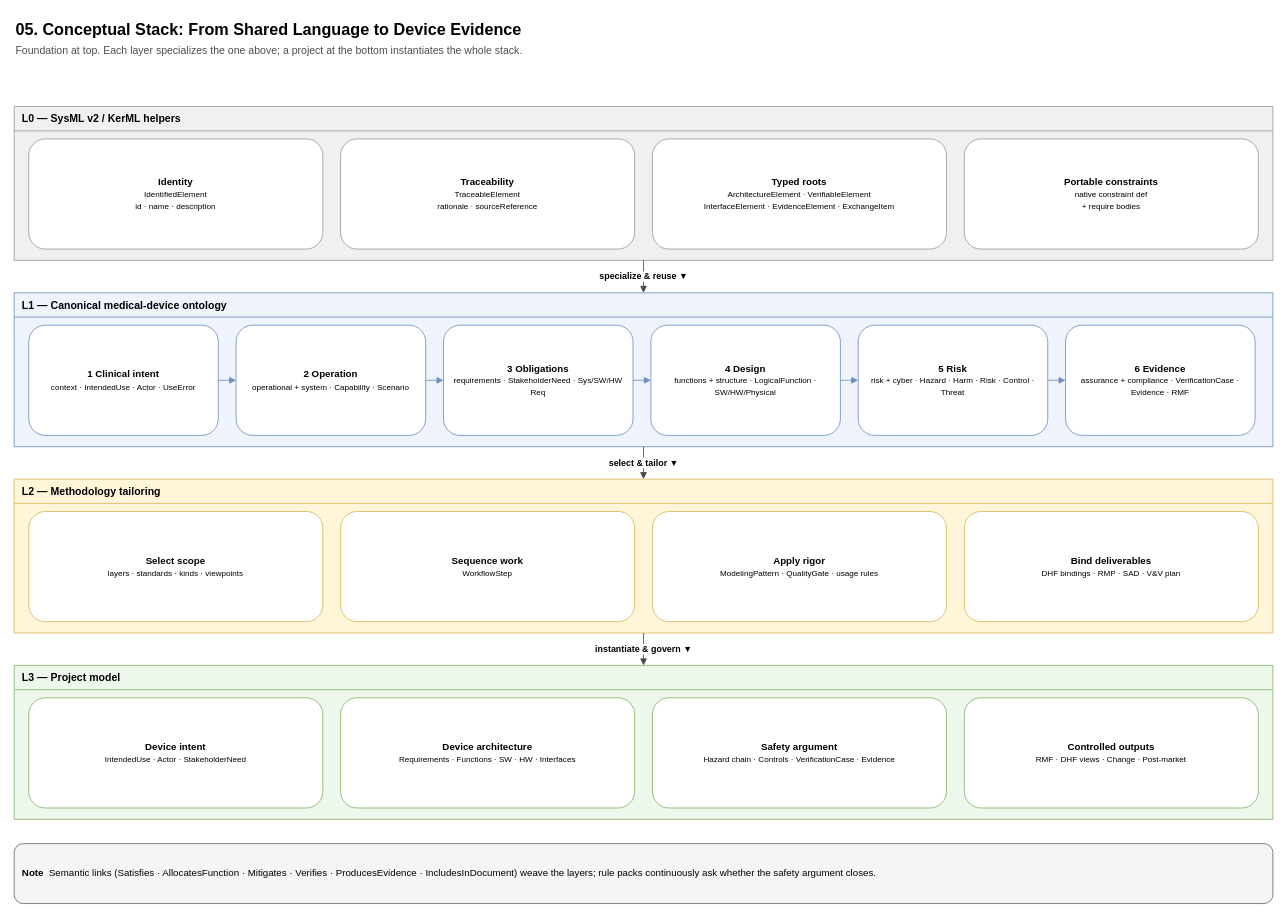
Earlier version of the draw.io diagram page "05-conceptual-stack" (5 of 16) of docs/src/diagrams/ontology-medical-device-hierarchy.drawio (memoarchitect/memo-architect). Source tidied: cells renumbered, new cells numbered last; positions are measured from the earlier drawing's top-left corner, leaving out a move shared by most shapes. Both pictures are drawn from the tidied source at 81%, with x=0, y=0 at pixel (14, 14).
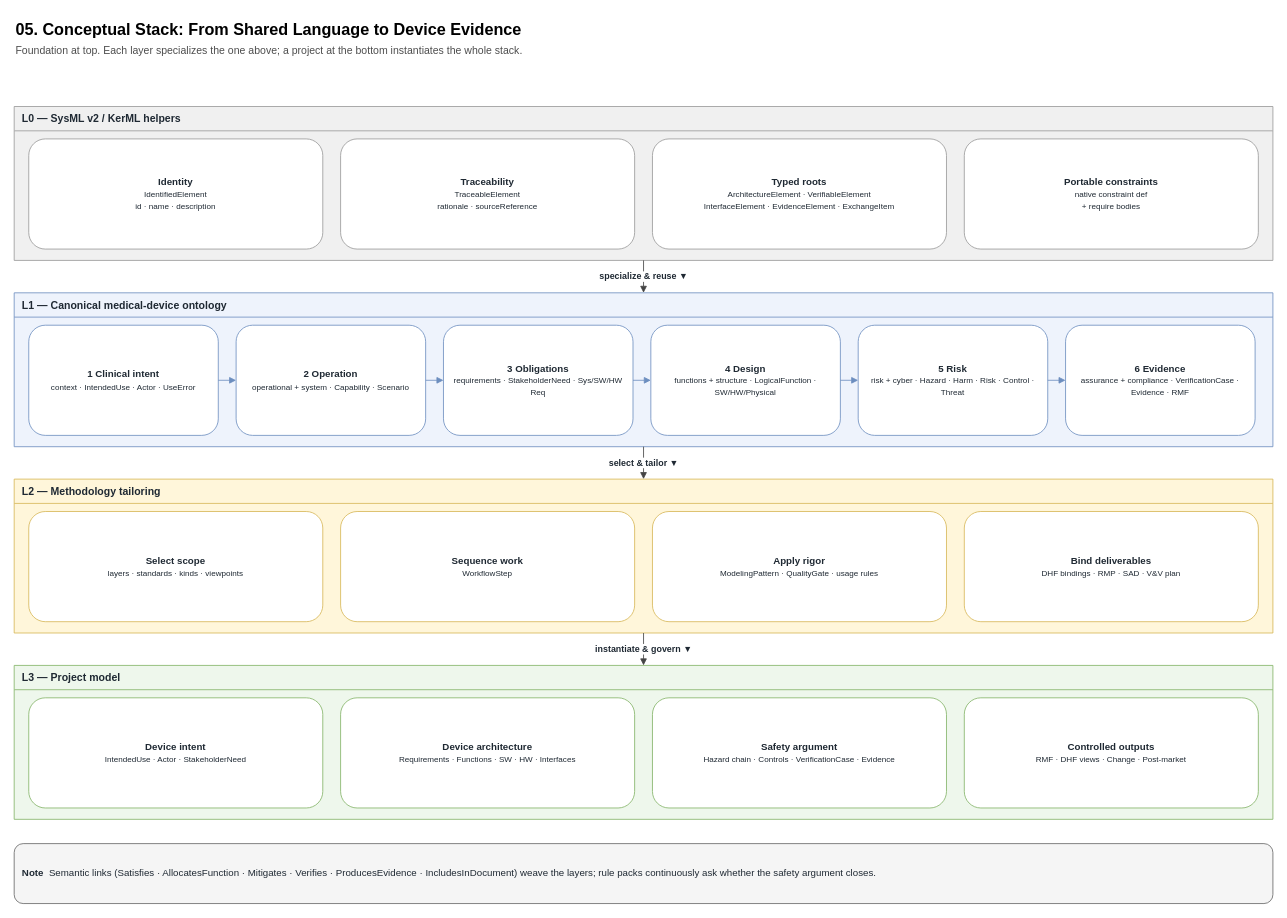
Above is the later version.

Commit message (it also covers changes not shown here):
Update ontology diagram, gen script, presentations; ignore .claude/settings.local.json

What changed in the source:
```diff
@@
-    <mxCell id="3" value="&lt;b&gt;L0 — SysML v2 / KerML helpers&lt;/b&gt;" style="swimlane;startSize=30;html=1;fontStyle=1;align=left;fillColor=#f0f0f0;strokeColor=#999999;fontSize=13;swimlaneFillColor=#f0f0f0;spacingLeft=8;" parent="1" vertex="1">
+    <mxCell id="3" value="&lt;b&gt;L0 — SysML v2 / KerML helpers&lt;/b&gt;" style="swimlane;startSize=30;html=1;fontStyle=1;align=left;fillColor=#f0f0f0;strokeColor=#999999;fontSize=13;fontColor=#1f2933;swimlaneFillColor=#f0f0f0;spacingLeft=8;" parent="1" vertex="1">
       <mxGeometry y="114" width="1554" height="190" as="geometry" />
     </mxCell>
-    <mxCell id="4" value="&lt;b&gt;Identity&lt;/b&gt;&lt;br/&gt;&lt;font style='font-size:10px'&gt;IdentifiedElement&lt;br/&gt;id · name · description&lt;/font&gt;" style="rounded=1;whiteSpace=wrap;html=1;fillColor=#ffffff;strokeColor=#999999;fontSize=12;align=center;verticalAlign=middle;spacing=6;" parent="3" vertex="1">
+    <mxCell id="4" value="&lt;b&gt;Identity&lt;/b&gt;&lt;br/&gt;&lt;font style='font-size:10px'&gt;IdentifiedElement&lt;br/&gt;id · name · description&lt;/font&gt;" style="rounded=1;whiteSpace=wrap;html=1;fillColor=#ffffff;strokeColor=#999999;fontSize=12;fontColor=#1f2933;align=center;verticalAlign=middle;spacing=6;" parent="3" vertex="1">
       <mxGeometry x="18" y="40" width="363" height="136" as="geometry" />
     </mxCell>
-    <mxCell id="5" value="&lt;b&gt;Traceability&lt;/b&gt;&lt;br/&gt;&lt;font style='font-size:10px'&gt;TraceableElement&lt;br/&gt;rationale · sourceReference&lt;/font&gt;" style="rounded=1;whiteSpace=wrap;html=1;fillColor=#ffffff;strokeColor=#999999;fontSize=12;align=center;verticalAlign=middle;spacing=6;" parent="3" vertex="1">
+    <mxCell id="5" value="&lt;b&gt;Traceability&lt;/b&gt;&lt;br/&gt;&lt;font style='font-size:10px'&gt;TraceableElement&lt;br/&gt;rationale · sourceReference&lt;/font&gt;" style="rounded=1;whiteSpace=wrap;html=1;fillColor=#ffffff;strokeColor=#999999;fontSize=12;fontColor=#1f2933;align=center;verticalAlign=middle;spacing=6;" parent="3" vertex="1">
       <mxGeometry x="403" y="40" width="363" height="136" as="geometry" />
     </mxCell>
-    <mxCell id="6" value="&lt;b&gt;Typed roots&lt;/b&gt;&lt;br/&gt;&lt;font style='font-size:10px'&gt;ArchitectureElement · VerifiableElement&lt;br/&gt;InterfaceElement · EvidenceElement · ExchangeItem&lt;/font&gt;" style="rounded=1;whiteSpace=wrap;html=1;fillColor=#ffffff;strokeColor=#999999;fontSize=12;align=center;verticalAlign=middle;spacing=6;" parent="3" vertex="1">
+    <mxCell id="6" value="&lt;b&gt;Typed roots&lt;/b&gt;&lt;br/&gt;&lt;font style='font-size:10px'&gt;ArchitectureElement · VerifiableElement&lt;br/&gt;InterfaceElement · EvidenceElement · ExchangeItem&lt;/font&gt;" style="rounded=1;whiteSpace=wrap;html=1;fillColor=#ffffff;strokeColor=#999999;fontSize=12;fontColor=#1f2933;align=center;verticalAlign=middle;spacing=6;" parent="3" vertex="1">
       <mxGeometry x="788" y="40" width="363" height="136" as="geometry" />
     </mxCell>
-    <mxCell id="7" value="&lt;b&gt;Portable constraints&lt;/b&gt;&lt;br/&gt;&lt;font style='font-size:10px'&gt;native constraint def&lt;br/&gt;+ require bodies&lt;/font&gt;" style="rounded=1;whiteSpace=wrap;html=1;fillColor=#ffffff;strokeColor=#999999;fontSize=12;align=center;verticalAlign=middle;spacing=6;" parent="3" vertex="1">
+    <mxCell id="7" value="&lt;b&gt;Portable constraints&lt;/b&gt;&lt;br/&gt;&lt;font style='font-size:10px'&gt;native constraint def&lt;br/&gt;+ require bodies&lt;/font&gt;" style="rounded=1;whiteSpace=wrap;html=1;fillColor=#ffffff;strokeColor=#999999;fontSize=12;fontColor=#1f2933;align=center;verticalAlign=middle;spacing=6;" parent="3" vertex="1">
       <mxGeometry x="1173" y="40" width="363" height="136" as="geometry" />
     </mxCell>
-    <mxCell id="8" value="&lt;b&gt;L1 — Canonical medical-device ontology&lt;/b&gt;" style="swimlane;startSize=30;html=1;fontStyle=1;align=left;fillColor=#eef3fc;strokeColor=#6c8ebf;fontSize=13;swimlaneFillColor=#eef3fc;spacingLeft=8;" parent="1" vertex="1">
+    <mxCell id="8" value="&lt;b&gt;L1 — Canonical medical-device ontology&lt;/b&gt;" style="swimlane;startSize=30;html=1;fontStyle=1;align=left;fillColor=#eef3fc;strokeColor=#6c8ebf;fontSize=13;fontColor=#1f2933;swimlaneFillColor=#eef3fc;spacingLeft=8;" parent="1" vertex="1">
       <mxGeometry y="344" width="1554" height="190" as="geometry" />
     </mxCell>
-    <mxCell id="9" value="&lt;b&gt;1 Clinical intent&lt;/b&gt;&lt;br/&gt;&lt;font style='font-size:10px'&gt;context · IntendedUse · Actor · UseError&lt;/font&gt;" style="rounded=1;whiteSpace=wrap;html=1;fillColor=#ffffff;strokeColor=#6c8ebf;fontSize=12;align=center;verticalAlign=middle;spacing=6;" parent="8" vertex="1">
+    <mxCell id="9" value="&lt;b&gt;1 Clinical intent&lt;/b&gt;&lt;br/&gt;&lt;font style='font-size:10px'&gt;context · IntendedUse · Actor · UseError&lt;/font&gt;" style="rounded=1;whiteSpace=wrap;html=1;fillColor=#ffffff;strokeColor=#6c8ebf;fontSize=12;fontColor=#1f2933;align=center;verticalAlign=middle;spacing=6;" parent="8" vertex="1">
       <mxGeometry x="18" y="40" width="234" height="136" as="geometry" />
     </mxCell>
-    <mxCell id="10" value="&lt;b&gt;2 Operation&lt;/b&gt;&lt;br/&gt;&lt;font style='font-size:10px'&gt;operational + system · Capability · Scenario&lt;/font&gt;" style="rounded=1;whiteSpace=wrap;html=1;fillColor=#ffffff;strokeColor=#6c8ebf;fontSize=12;align=center;verticalAlign=middle;spacing=6;" parent="8" vertex="1">
+    <mxCell id="10" value="&lt;b&gt;2 Operation&lt;/b&gt;&lt;br/&gt;&lt;font style='font-size:10px'&gt;operational + system · Capability · Scenario&lt;/font&gt;" style="rounded=1;whiteSpace=wrap;html=1;fillColor=#ffffff;strokeColor=#6c8ebf;fontSize=12;fontColor=#1f2933;align=center;verticalAlign=middle;spacing=6;" parent="8" vertex="1">
       <mxGeometry x="274" y="40" width="234" height="136" as="geometry" />
     </mxCell>
-    <mxCell id="11" value="&lt;b&gt;3 Obligations&lt;/b&gt;&lt;br/&gt;&lt;font style='font-size:10px'&gt;requirements · StakeholderNeed · Sys/SW/HW Req&lt;/font&gt;" style="rounded=1;whiteSpace=wrap;html=1;fillColor=#ffffff;strokeColor=#6c8ebf;fontSize=12;align=center;verticalAlign=middle;spacing=6;" parent="8" vertex="1">
+    <mxCell id="11" value="&lt;b&gt;3 Obligations&lt;/b&gt;&lt;br/&gt;&lt;font style='font-size:10px'&gt;requirements · StakeholderNeed · Sys/SW/HW Req&lt;/font&gt;" style="rounded=1;whiteSpace=wrap;html=1;fillColor=#ffffff;strokeColor=#6c8ebf;fontSize=12;fontColor=#1f2933;align=center;verticalAlign=middle;spacing=6;" parent="8" vertex="1">
       <mxGeometry x="530" y="40" width="234" height="136" as="geometry" />
     </mxCell>
-    <mxCell id="12" value="&lt;b&gt;4 Design&lt;/b&gt;&lt;br/&gt;&lt;font style='font-size:10px'&gt;functions + structure · LogicalFunction · SW/HW/Physical&lt;/font&gt;" style="rounded=1;whiteSpace=wrap;html=1;fillColor=#ffffff;strokeColor=#6c8ebf;fontSize=12;align=center;verticalAlign=middle;spacing=6;" parent="8" vertex="1">
+    <mxCell id="12" value="&lt;b&gt;4 Design&lt;/b&gt;&lt;br/&gt;&lt;font style='font-size:10px'&gt;functions + structure · LogicalFunction · SW/HW/Physical&lt;/font&gt;" style="rounded=1;whiteSpace=wrap;html=1;fillColor=#ffffff;strokeColor=#6c8ebf;fontSize=12;fontColor=#1f2933;align=center;verticalAlign=middle;spacing=6;" parent="8" vertex="1">
       <mxGeometry x="786" y="40" width="234" height="136" as="geometry" />
     </mxCell>
-    <mxCell id="13" value="&lt;b&gt;5 Risk&lt;/b&gt;&lt;br/&gt;&lt;font style='font-size:10px'&gt;risk + cyber · Hazard · Harm · Risk · Control · Threat&lt;/font&gt;" style="rounded=1;whiteSpace=wrap;html=1;fillColor=#ffffff;strokeColor=#6c8ebf;fontSize=12;align=center;verticalAlign=middle;spacing=6;" parent="8" vertex="1">
+    <mxCell id="13" value="&lt;b&gt;5 Risk&lt;/b&gt;&lt;br/&gt;&lt;font style='font-size:10px'&gt;risk + cyber · Hazard · Harm · Risk · Control · Threat&lt;/font&gt;" style="rounded=1;whiteSpace=wrap;html=1;fillColor=#ffffff;strokeColor=#6c8ebf;fontSize=12;fontColor=#1f2933;align=center;verticalAlign=middle;spacing=6;" parent="8" vertex="1">
       <mxGeometry x="1042" y="40" width="234" height="136" as="geometry" />
     </mxCell>
-    <mxCell id="14" value="&lt;b&gt;6 Evidence&lt;/b&gt;&lt;br/&gt;&lt;font style='font-size:10px'&gt;assurance + compliance · VerificationCase · Evidence · RMF&lt;/font&gt;" style="rounded=1;whiteSpace=wrap;html=1;fillColor=#ffffff;strokeColor=#6c8ebf;fontSize=12;align=center;verticalAlign=middle;spacing=6;" parent="8" vertex="1">
+    <mxCell id="14" value="&lt;b&gt;6 Evidence&lt;/b&gt;&lt;br/&gt;&lt;font style='font-size:10px'&gt;assurance + compliance · VerificationCase · Evidence · RMF&lt;/font&gt;" style="rounded=1;whiteSpace=wrap;html=1;fillColor=#ffffff;strokeColor=#6c8ebf;fontSize=12;fontColor=#1f2933;align=center;verticalAlign=middle;spacing=6;" parent="8" vertex="1">
       <mxGeometry x="1298" y="40" width="234" height="136" as="geometry" />
     </mxCell>
@@
-    <mxCell id="20" value="&lt;b&gt;L2 — Methodology tailoring&lt;/b&gt;" style="swimlane;startSize=30;html=1;fontStyle=1;align=left;fillColor=#fff6da;strokeColor=#d6b656;fontSize=13;swimlaneFillColor=#fff6da;spacingLeft=8;" parent="1" vertex="1">
+    <mxCell id="20" value="&lt;b&gt;L2 — Methodology tailoring&lt;/b&gt;" style="swimlane;startSize=30;html=1;fontStyle=1;align=left;fillColor=#fff6da;strokeColor=#d6b656;fontSize=13;fontColor=#1f2933;swimlaneFillColor=#fff6da;spacingLeft=8;" parent="1" vertex="1">
       <mxGeometry y="574" width="1554" height="190" as="geometry" />
     </mxCell>
-    <mxCell id="21" value="&lt;b&gt;Select scope&lt;/b&gt;&lt;br/&gt;&lt;font style='font-size:10px'&gt;layers · standards · kinds · viewpoints&lt;/font&gt;" style="rounded=1;whiteSpace=wrap;html=1;fillColor=#ffffff;strokeColor=#d6b656;fontSize=12;align=center;verticalAlign=middle;spacing=6;" parent="20" vertex="1">
+    <mxCell id="21" value="&lt;b&gt;Select scope&lt;/b&gt;&lt;br/&gt;&lt;font style='font-size:10px'&gt;layers · standards · kinds · viewpoints&lt;/font&gt;" style="rounded=1;whiteSpace=wrap;html=1;fillColor=#ffffff;strokeColor=#d6b656;fontSize=12;fontColor=#1f2933;align=center;verticalAlign=middle;spacing=6;" parent="20" vertex="1">
       <mxGeometry x="18" y="40" width="363" height="136" as="geometry" />
     </mxCell>
-    <mxCell id="22" value="&lt;b&gt;Sequence work&lt;/b&gt;&lt;br/&gt;&lt;font style='font-size:10px'&gt;WorkflowStep&lt;/font&gt;" style="rounded=1;whiteSpace=wrap;html=1;fillColor=#ffffff;strokeColor=#d6b656;fontSize=12;align=center;verticalAlign=middle;spacing=6;" parent="20" vertex="1">
+    <mxCell id="22" value="&lt;b&gt;Sequence work&lt;/b&gt;&lt;br/&gt;&lt;font style='font-size:10px'&gt;WorkflowStep&lt;/font&gt;" style="rounded=1;whiteSpace=wrap;html=1;fillColor=#ffffff;strokeColor=#d6b656;fontSize=12;fontColor=#1f2933;align=center;verticalAlign=middle;spacing=6;" parent="20" vertex="1">
       <mxGeometry x="403" y="40" width="363" height="136" as="geometry" />
     </mxCell>
-    <mxCell id="23" value="&lt;b&gt;Apply rigor&lt;/b&gt;&lt;br/&gt;&lt;font style='font-size:10px'&gt;ModelingPattern · QualityGate · usage rules&lt;/font&gt;" style="rounded=1;whiteSpace=wrap;html=1;fillColor=#ffffff;strokeColor=#d6b656;fontSize=12;align=center;verticalAlign=middle;spacing=6;" parent="20" vertex="1">
+    <mxCell id="23" value="&lt;b&gt;Apply rigor&lt;/b&gt;&lt;br/&gt;&lt;font style='font-size:10px'&gt;ModelingPattern · QualityGate · usage rules&lt;/font&gt;" style="rounded=1;whiteSpace=wrap;html=1;fillColor=#ffffff;strokeColor=#d6b656;fontSize=12;fontColor=#1f2933;align=center;verticalAlign=middle;spacing=6;" parent="20" vertex="1">
       <mxGeometry x="788" y="40" width="363" height="136" as="geometry" />
     </mxCell>
-    <mxCell id="24" value="&lt;b&gt;Bind deliverables&lt;/b&gt;&lt;br/&gt;&lt;font style='font-size:10px'&gt;DHF bindings · RMP · SAD · V&amp;V plan&lt;/font&gt;" style="rounded=1;whiteSpace=wrap;html=1;fillColor=#ffffff;strokeColor=#d6b656;fontSize=12;align=center;verticalAlign=middle;spacing=6;" parent="20" vertex="1">
+    <mxCell id="24" value="&lt;b&gt;Bind deliverables&lt;/b&gt;&lt;br/&gt;&lt;font style='font-size:10px'&gt;DHF bindings · RMP · SAD · V&amp;V plan&lt;/font&gt;" style="rounded=1;whiteSpace=wrap;html=1;fillColor=#ffffff;strokeColor=#d6b656;fontSize=12;fontColor=#1f2933;align=center;verticalAlign=middle;spacing=6;" parent="20" vertex="1">
       <mxGeometry x="1173" y="40" width="363" height="136" as="geometry" />
     </mxCell>
-    <mxCell id="25" value="&lt;b&gt;L3 — Project model&lt;/b&gt;" style="swimlane;startSize=30;html=1;fontStyle=1;align=left;fillColor=#eef7ec;strokeColor=#82b366;fontSize=13;swimlaneFillColor=#eef7ec;spacingLeft=8;" parent="1" vertex="1">
+    <mxCell id="25" value="&lt;b&gt;L3 — Project model&lt;/b&gt;" style="swimlane;startSize=30;html=1;fontStyle=1;align=left;fillColor=#eef7ec;strokeColor=#82b366;fontSize=13;fontColor=#1f2933;swimlaneFillColor=#eef7ec;spacingLeft=8;" parent="1" vertex="1">
       <mxGeometry y="804" width="1554" height="190" as="geometry" />
     </mxCell>
-    <mxCell id="26" value="&lt;b&gt;Device intent&lt;/b&gt;&lt;br/&gt;&lt;font style='font-size:10px'&gt;IntendedUse · Actor · StakeholderNeed&lt;/font&gt;" style="rounded=1;whiteSpace=wrap;html=1;fillColor=#ffffff;strokeColor=#82b366;fontSize=12;align=center;verticalAlign=middle;spacing=6;" parent="25" vertex="1">
+    <mxCell id="26" value="&lt;b&gt;Device intent&lt;/b&gt;&lt;br/&gt;&lt;font style='font-size:10px'&gt;IntendedUse · Actor · StakeholderNeed&lt;/font&gt;" style="rounded=1;whiteSpace=wrap;html=1;fillColor=#ffffff;strokeColor=#82b366;fontSize=12;fontColor=#1f2933;align=center;verticalAlign=middle;spacing=6;" parent="25" vertex="1">
       <mxGeometry x="18" y="40" width="363" height="136" as="geometry" />
     </mxCell>
-    <mxCell id="27" value="&lt;b&gt;Device architecture&lt;/b&gt;&lt;br/&gt;&lt;font style='font-size:10px'&gt;Requirements · Functions · SW · HW · Interfaces&lt;/font&gt;" style="rounded=1;whiteSpace=wrap;html=1;fillColor=#ffffff;strokeColor=#82b366;fontSize=12;align=center;verticalAlign=middle;spacing=6;" parent="25" vertex="1">
+    <mxCell id="27" value="&lt;b&gt;Device architecture&lt;/b&gt;&lt;br/&gt;&lt;font style='font-size:10px'&gt;Requirements · Functions · SW · HW · Interfaces&lt;/font&gt;" style="rounded=1;whiteSpace=wrap;html=1;fillColor=#ffffff;strokeColor=#82b366;fontSize=12;fontColor=#1f2933;align=center;verticalAlign=middle;spacing=6;" parent="25" vertex="1">
       <mxGeometry x="403" y="40" width="363" height="136" as="geometry" />
     </mxCell>
-    <mxCell id="28" value="&lt;b&gt;Safety argument&lt;/b&gt;&lt;br/&gt;&lt;font style='font-size:10px'&gt;Hazard chain · Controls · VerificationCase · Evidence&lt;/font&gt;" style="rounded=1;whiteSpace=wrap;html=1;fillColor=#ffffff;strokeColor=#82b366;fontSize=12;align=center;verticalAlign=middle;spacing=6;" parent="25" vertex="1">
+    <mxCell id="28" value="&lt;b&gt;Safety argument&lt;/b&gt;&lt;br/&gt;&lt;font style='font-size:10px'&gt;Hazard chain · Controls · VerificationCase · Evidence&lt;/font&gt;" style="rounded=1;whiteSpace=wrap;html=1;fillColor=#ffffff;strokeColor=#82b366;fontSize=12;fontColor=#1f2933;align=center;verticalAlign=middle;spacing=6;" parent="25" vertex="1">
       <mxGeometry x="788" y="40" width="363" height="136" as="geometry" />
     </mxCell>
-    <mxCell id="29" value="&lt;b&gt;Controlled outputs&lt;/b&gt;&lt;br/&gt;&lt;font style='font-size:10px'&gt;RMF · DHF views · Change · Post-market&lt;/font&gt;" style="rounded=1;whiteSpace=wrap;html=1;fillColor=#ffffff;strokeColor=#82b366;fontSize=12;align=center;verticalAlign=middle;spacing=6;" parent="25" vertex="1">
+    <mxCell id="29" value="&lt;b&gt;Controlled outputs&lt;/b&gt;&lt;br/&gt;&lt;font style='font-size:10px'&gt;RMF · DHF views · Change · Post-market&lt;/font&gt;" style="rounded=1;whiteSpace=wrap;html=1;fillColor=#ffffff;strokeColor=#82b366;fontSize=12;fontColor=#1f2933;align=center;verticalAlign=middle;spacing=6;" parent="25" vertex="1">
       <mxGeometry x="1173" y="40" width="363" height="136" as="geometry" />
     </mxCell>
-    <mxCell id="30" value="specialize &amp; reuse  ▼" style="endArrow=block;endFill=1;html=1;edgeStyle=orthogonalEdgeStyle;rounded=1;exitX=0.5;exitY=1;entryX=0.5;entryY=0;strokeColor=#444444;fontSize=11;fontStyle=1;labelBackgroundColor=#ffffff;" parent="1" edge="1" source="3" target="8">
+    <mxCell id="30" value="specialize &amp; reuse  ▼" style="endArrow=block;endFill=1;html=1;edgeStyle=orthogonalEdgeStyle;rounded=1;exitX=0.5;exitY=1;entryX=0.5;entryY=0;strokeColor=#444444;fontSize=11;fontStyle=1;fontColor=#1f2933;labelBackgroundColor=#ffffff;" parent="1" edge="1" source="3" target="8">
       <mxGeometry relative="1" as="geometry" />
     </mxCell>
-    <mxCell id="31" value="select &amp; tailor  ▼" style="endArrow=block;endFill=1;html=1;edgeStyle=orthogonalEdgeStyle;rounded=1;exitX=0.5;exitY=1;entryX=0.5;entryY=0;strokeColor=#444444;fontSize=11;fontStyle=1;labelBackgroundColor=#ffffff;" parent="1" edge="1" source="8" target="20">
+    <mxCell id="31" value="select &amp; tailor  ▼" style="endArrow=block;endFill=1;html=1;edgeStyle=orthogonalEdgeStyle;rounded=1;exitX=0.5;exitY=1;entryX=0.5;entryY=0;strokeColor=#444444;fontSize=11;fontStyle=1;fontColor=#1f2933;labelBackgroundColor=#ffffff;" parent="1" edge="1" source="8" target="20">
       <mxGeometry relative="1" as="geometry" />
     </mxCell>
-    <mxCell id="32" value="instantiate &amp; govern  ▼" style="endArrow=block;endFill=1;html=1;edgeStyle=orthogonalEdgeStyle;rounded=1;exitX=0.5;exitY=1;entryX=0.5;entryY=0;strokeColor=#444444;fontSize=11;fontStyle=1;labelBackgroundColor=#ffffff;" parent="1" edge="1" source="20" target="25">
+    <mxCell id="32" value="instantiate &amp; govern  ▼" style="endArrow=block;endFill=1;html=1;edgeStyle=orthogonalEdgeStyle;rounded=1;exitX=0.5;exitY=1;entryX=0.5;entryY=0;strokeColor=#444444;fontSize=11;fontStyle=1;fontColor=#1f2933;labelBackgroundColor=#ffffff;" parent="1" edge="1" source="20" target="25">
       <mxGeometry relative="1" as="geometry" />
     </mxCell>
-    <mxCell id="33" value="&lt;b&gt;Note&lt;/b&gt;&amp;nbsp;&amp;nbsp;&lt;font style='font-size:12px'&gt;Semantic links (Satisfies · AllocatesFunction · Mitigates · Verifies · ProducesEvidence · IncludesInDocument) weave the layers; rule packs continuously ask whether the safety argument closes.&lt;/font&gt;" style="rounded=1;whiteSpace=wrap;html=1;fillColor=#f5f5f5;strokeColor=#666666;fontSize=12;align=left;verticalAlign=middle;spacing=10;" parent="1" vertex="1">
+    <mxCell id="33" value="&lt;b&gt;Note&lt;/b&gt;&amp;nbsp;&amp;nbsp;&lt;font style='font-size:12px'&gt;Semantic links (Satisfies · AllocatesFunction · Mitigates · Verifies · ProducesEvidence · IncludesInDocument) weave the layers; rule packs continuously ask whether the safety argument closes.&lt;/font&gt;" style="rounded=1;whiteSpace=wrap;html=1;fillColor=#f5f5f5;strokeColor=#666666;fontSize=12;fontColor=#1f2933;align=left;verticalAlign=middle;spacing=10;" parent="1" vertex="1">
       <mxGeometry y="1024" width="1554" height="74" as="geometry" />
     </mxCell>
```
